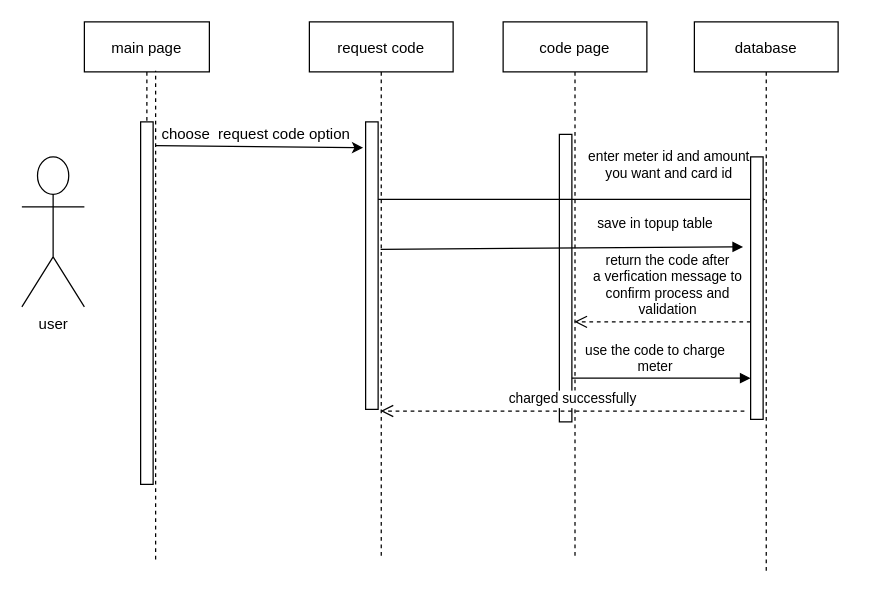
Earlier version of the draw.io diagram seqhcharge.drawio (shamaabuhassan/Charts). Source tidied: cells renumbered, new cells numbered last; positions are measured from the earlier drawing's top-left corner, leaving out a move shared by most shapes. Both pictures are drawn from the tidied source at 125%, with x=0, y=0 at pixel (21, 21).
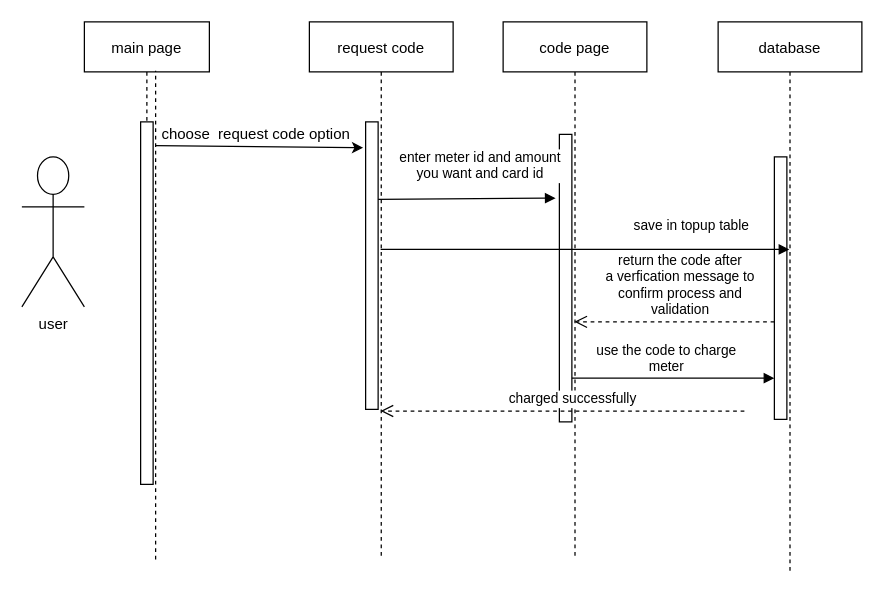
The same page after the edit.

Change to the diagram source:
```diff
@@
-    <mxCell id="9" value="enter meter id and amount&#10;you want and card id" style="verticalAlign=bottom;endArrow=block;shadow=0;strokeWidth=1;" parent="1" edge="1" target="12">
-      <mxGeometry x="0.5" y="12" relative="1" as="geometry">
+    <mxCell id="9" value="enter meter id and amount&#10;you want and card id" style="verticalAlign=bottom;endArrow=block;shadow=0;strokeWidth=1;" parent="1" edge="1">
+      <mxGeometry x="0.16" y="11" relative="1" as="geometry">
         <mxPoint x="285" y="142" as="sourcePoint" />
+        <mxPoint x="427" y="141" as="targetPoint" />
       </mxGeometry>
     </mxCell>
@@
     <mxCell id="12" value="database" style="shape=umlLifeline;perimeter=lifelinePerimeter;rounded=0;shadow=0;strokeWidth=1;" parent="1" vertex="1">
-      <mxGeometry x="538" width="115" height="440" as="geometry" />
+      <mxGeometry x="557" width="115" height="440" as="geometry" />
     </mxCell>
@@
-    <mxCell id="17" value="save in topup table" style="verticalAlign=bottom;endArrow=block;shadow=0;strokeWidth=1;" parent="1" edge="1">
+    <mxCell id="17" value="save in topup table" style="verticalAlign=bottom;endArrow=block;shadow=0;strokeWidth=1;" parent="1" edge="1" target="12">
       <mxGeometry x="0.52" y="10" relative="1" as="geometry">
         <mxPoint x="287" y="182" as="sourcePoint" />
-        <mxPoint x="577" y="180" as="targetPoint" />
       </mxGeometry>
     </mxCell>
```
